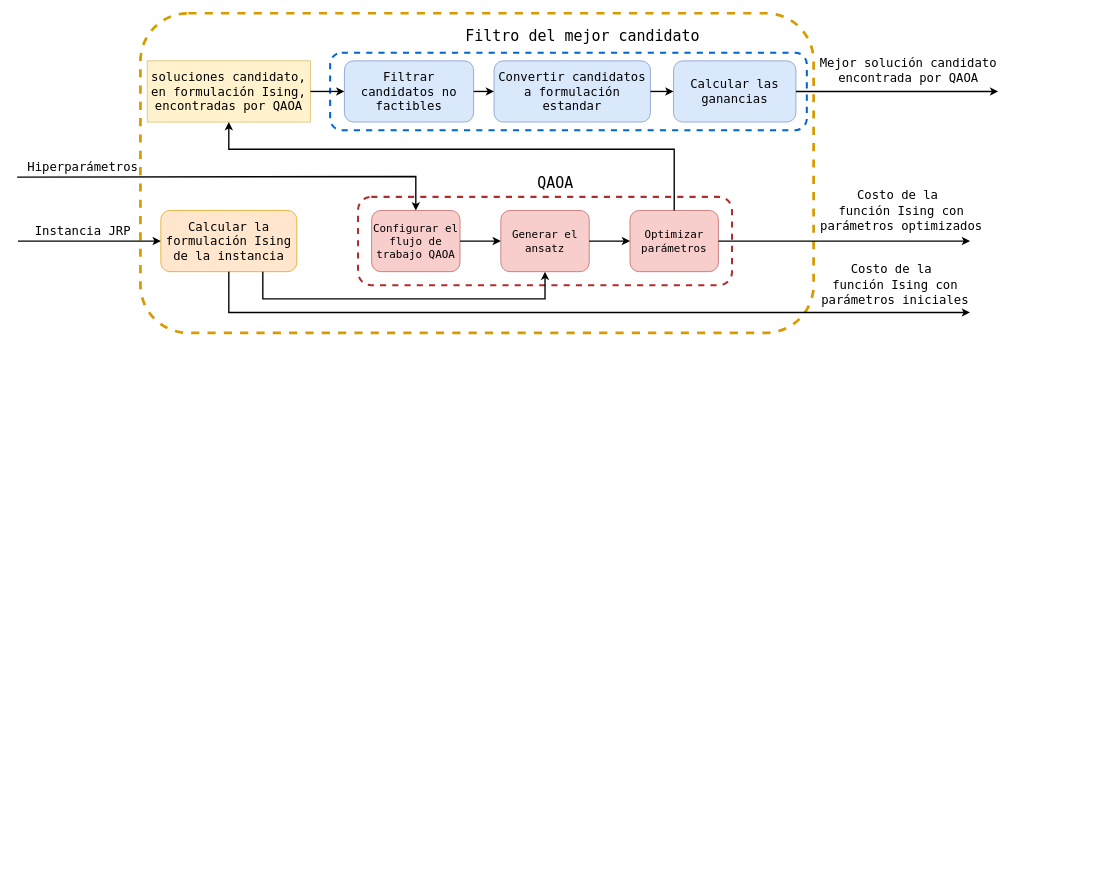
AdrianoLusso/QuantumComputing_for_JobReassignmentProblem keeps this draw.io diagram as page "solucionadorQAOA" (8 of 15) of experiment_testQAOASolver/design/experiment_design.drawio. Above is the earlier version. Source tidied: cells renumbered, new cells numbered last; positions are measured from the earlier drawing's top-left corner, leaving out a move shared by most shapes. Both pictures are drawn from the tidied source at 68%, with x=0, y=0 at pixel (18, 13).
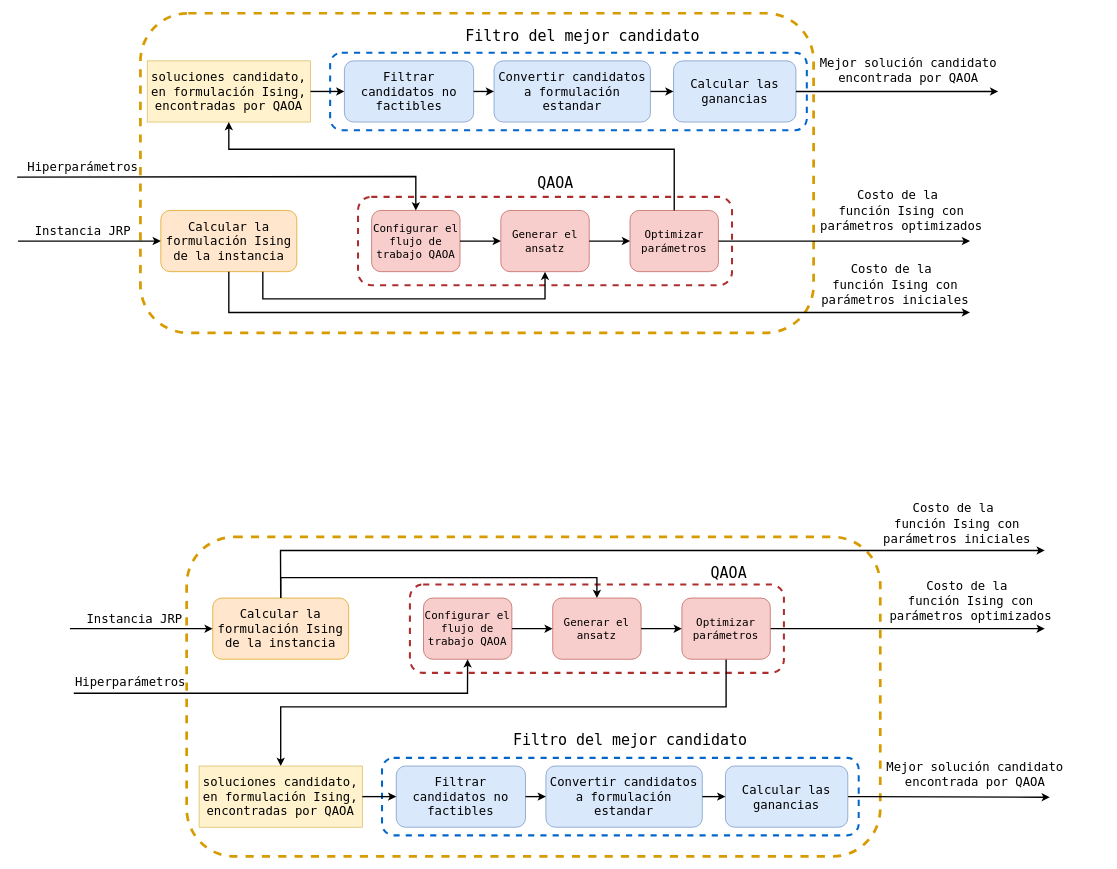
Above is the later version.

The edit, as a diff of the source:
```diff
@@
+    <mxCell id="32" style="rounded=1;whiteSpace=wrap;html=1;fillColor=none;strokeColor=#d79b00;dashed=1;strokeWidth=4;" parent="1" vertex="1">
+      <mxGeometry x="248" y="770" width="1020" height="470" as="geometry" />
+    </mxCell>
+    <mxCell id="33" style="rounded=1;whiteSpace=wrap;html=1;fillColor=none;strokeColor=#ae2d2d;dashed=1;strokeWidth=3;" parent="1" vertex="1">
+      <mxGeometry x="576.3" y="840" width="550" height="130" as="geometry" />
+    </mxCell>
+    <mxCell id="34" style="edgeStyle=orthogonalEdgeStyle;rounded=0;jettySize=auto;html=1;entryX=0.5;entryY=0;entryDx=0;entryDy=0;strokeWidth=2;" parent="1" edge="1" source="35" target="37">
+      <mxGeometry relative="1" as="geometry">
+        <Array as="points">
+          <mxPoint x="386" y="830" />
+          <mxPoint x="851" y="830" />
+        </Array>
+      </mxGeometry>
+    </mxCell>
+    <mxCell id="35" value="&lt;font style=&quot;font-size: 18px;&quot; face=&quot;Lucida Console&quot;&gt;Calcular la formulación Ising de la instancia&lt;/font&gt;" style="rounded=1;whiteSpace=wrap;html=1;fillColor=#ffe6cc;strokeColor=#d79b00;" parent="1" vertex="1">
+      <mxGeometry x="286.3" y="860" width="200" height="90" as="geometry" />
+    </mxCell>
+    <mxCell id="36" value="&lt;font style=&quot;font-size: 16px;&quot; face=&quot;Lucida Console&quot;&gt;Configurar el flujo de trabajo QAOA&lt;/font&gt;" style="rounded=1;whiteSpace=wrap;html=1;fillColor=#f8cecc;strokeColor=#b85450;" parent="1" vertex="1">
+      <mxGeometry x="596.3" y="860" width="130" height="90" as="geometry" />
+    </mxCell>
+    <mxCell id="37" value="&lt;font face=&quot;Lucida Console&quot; style=&quot;font-size: 16px;&quot;&gt;Generar el ansatz&lt;/font&gt;" style="rounded=1;whiteSpace=wrap;html=1;fillColor=#f8cecc;strokeColor=#b85450;" parent="1" vertex="1">
+      <mxGeometry x="786.3" y="860" width="130" height="90" as="geometry" />
+    </mxCell>
+    <mxCell id="38" style="endArrow=classic;html=1;rounded=0;entryX=0;entryY=0.5;entryDx=0;entryDy=0;strokeWidth=2;" parent="1" edge="1" source="36" target="37">
+      <mxGeometry relative="1" as="geometry" />
+    </mxCell>
+    <mxCell id="39" style="endArrow=classic;html=1;rounded=0;entryX=0;entryY=0.5;entryDx=0;entryDy=0;strokeWidth=2;" parent="1" edge="1" target="35">
+      <mxGeometry relative="1" as="geometry">
+        <mxPoint x="76.3" y="905" as="sourcePoint" />
+      </mxGeometry>
+    </mxCell>
+    <mxCell id="40" value="&lt;font face=&quot;Lucida Console&quot; style=&quot;font-size: 18px;&quot;&gt;Instancia JRP&lt;/font&gt;" style="text;html=1;align=center;verticalAlign=middle;strokeColor=none;fillColor=none;" parent="1" vertex="1">
+      <mxGeometry x="91.3" y="870" width="160" height="40" as="geometry" />
+    </mxCell>
+    <mxCell id="41" style="endArrow=classic;html=1;rounded=0;strokeWidth=2;" parent="1" edge="1" target="36">
+      <mxGeometry relative="1" as="geometry">
+        <mxPoint x="82" y="1000" as="sourcePoint" />
+        <Array as="points">
+          <mxPoint x="661" y="1000" />
+        </Array>
+      </mxGeometry>
+    </mxCell>
+    <mxCell id="42" value="&lt;font face=&quot;Lucida Console&quot; style=&quot;font-size: 18px;&quot;&gt;Hiperparámetros&lt;/font&gt;" style="text;html=1;align=center;verticalAlign=middle;strokeColor=none;fillColor=none;" parent="1" vertex="1">
+      <mxGeometry x="70.3" y="963" width="190" height="40" as="geometry" />
+    </mxCell>
+    <mxCell id="43" style="edgeStyle=orthogonalEdgeStyle;rounded=0;jettySize=auto;html=1;strokeWidth=2;" parent="1" edge="1" source="45">
+      <mxGeometry relative="1" as="geometry">
+        <mxPoint x="1510" y="905" as="targetPoint" />
+      </mxGeometry>
+    </mxCell>
+    <mxCell id="44" style="edgeStyle=orthogonalEdgeStyle;rounded=0;jettySize=auto;html=1;entryX=0.5;entryY=0;entryDx=0;entryDy=0;strokeWidth=2;" parent="1" edge="1" source="45" target="52">
+      <mxGeometry relative="1" as="geometry">
+        <Array as="points">
+          <mxPoint x="1041" y="1020" />
+          <mxPoint x="386" y="1020" />
+        </Array>
+      </mxGeometry>
+    </mxCell>
+    <mxCell id="45" value="&lt;font style=&quot;font-size: 16px;&quot; face=&quot;Lucida Console&quot;&gt;Optimizar parámetros&lt;/font&gt;" style="rounded=1;whiteSpace=wrap;html=1;fillColor=#f8cecc;strokeColor=#b85450;" parent="1" vertex="1">
+      <mxGeometry x="976.3" y="860" width="130" height="90" as="geometry" />
+    </mxCell>
+    <mxCell id="46" style="endArrow=classic;html=1;rounded=0;strokeWidth=2;" parent="1" edge="1" source="37" target="45">
+      <mxGeometry relative="1" as="geometry" />
+    </mxCell>
+    <mxCell id="47" value="&lt;font face=&quot;Lucida Console&quot;&gt;&lt;span style=&quot;font-size: 22px;&quot;&gt;QAOA&lt;/span&gt;&lt;/font&gt;" style="text;html=1;align=center;verticalAlign=middle;strokeColor=none;fillColor=none;" parent="1" vertex="1">
+      <mxGeometry x="1005.3" y="804" width="80" height="40" as="geometry" />
+    </mxCell>
+    <mxCell id="48" style="endArrow=classic;html=1;rounded=0;exitX=0.5;exitY=0;exitDx=0;exitDy=0;strokeWidth=2;" parent="1" edge="1" source="35">
+      <mxGeometry relative="1" as="geometry">
+        <mxPoint x="1510" y="790" as="targetPoint" />
+        <Array as="points">
+          <mxPoint x="386" y="790" />
+        </Array>
+      </mxGeometry>
+    </mxCell>
+    <mxCell id="49" value="&lt;div&gt;&lt;span style=&quot;background-color: transparent; font-size: 18px;&quot;&gt;&lt;font face=&quot;Lucida Console&quot;&gt;Costo de la&amp;nbsp;&lt;/font&gt;&lt;/span&gt;&lt;/div&gt;&lt;div&gt;&lt;span style=&quot;background-color: transparent; font-size: 18px;&quot;&gt;&lt;font face=&quot;Lucida Console&quot;&gt;función Ising con&lt;/font&gt;&lt;/span&gt;&lt;/div&gt;&lt;div&gt;&lt;span style=&quot;background-color: transparent; font-size: 18px;&quot;&gt;&lt;font face=&quot;Lucida Console&quot;&gt;parámetros iniciales&lt;/font&gt;&lt;/span&gt;&lt;/div&gt;" style="text;whiteSpace=wrap;html=1;align=center;" parent="1" vertex="1">
+      <mxGeometry x="1241.3" y="710" width="280" height="50" as="geometry" />
+    </mxCell>
+    <mxCell id="50" value="&lt;div style=&quot;text-align: center;&quot;&gt;&lt;span style=&quot;background-color: transparent; font-size: 18px;&quot;&gt;&lt;font face=&quot;Lucida Console&quot;&gt;Costo de la&amp;nbsp;&lt;/font&gt;&lt;/span&gt;&lt;/div&gt;&lt;div style=&quot;text-align: center;&quot;&gt;&lt;span style=&quot;background-color: transparent; font-size: 18px;&quot;&gt;&lt;font face=&quot;Lucida Console&quot;&gt;función Ising con&lt;/font&gt;&lt;/span&gt;&lt;/div&gt;&lt;div style=&quot;text-align: center;&quot;&gt;&lt;span style=&quot;background-color: transparent; font-size: 18px;&quot;&gt;&lt;font face=&quot;Lucida Console&quot;&gt;parámetros optimizados&lt;/font&gt;&lt;/span&gt;&lt;/div&gt;" style="text;whiteSpace=wrap;html=1;" parent="1" vertex="1">
+      <mxGeometry x="1280" y="824" width="253.7" height="50" as="geometry" />
+    </mxCell>
+    <mxCell id="51" style="rounded=1;whiteSpace=wrap;html=1;strokeWidth=3;fillColor=none;strokeColor=#0066CC;dashed=1;" parent="1" vertex="1">
+      <mxGeometry x="535.3" y="1095" width="701" height="114" as="geometry" />
+    </mxCell>
+    <mxCell id="52" value="&lt;span style=&quot;font-family: &amp;quot;Lucida Console&amp;quot;; font-size: 18px;&quot;&gt;soluciones candidato, en formulación Ising, encontradas por QAOA&lt;/span&gt;" style="rounded=0;whiteSpace=wrap;html=1;fillColor=#fff2cc;strokeColor=#d6b656;" parent="1" vertex="1">
+      <mxGeometry x="266.3" y="1107" width="240" height="90" as="geometry" />
+    </mxCell>
+    <mxCell id="53" value="&lt;font face=&quot;Lucida Console&quot;&gt;&lt;span style=&quot;font-size: 18px;&quot;&gt;Convertir candidatos a formulación estandar&lt;/span&gt;&lt;/font&gt;" style="rounded=1;whiteSpace=wrap;html=1;fillColor=#dae8fc;strokeColor=#6c8ebf;" parent="1" vertex="1">
+      <mxGeometry x="776.3" y="1107" width="230" height="90" as="geometry" />
+    </mxCell>
+    <mxCell id="54" style="edgeStyle=orthogonalEdgeStyle;rounded=0;jettySize=auto;html=1;strokeWidth=2;entryX=0.895;entryY=1.049;entryDx=0;entryDy=0;entryPerimeter=0;" parent="1" edge="1" source="55" target="61">
+      <mxGeometry relative="1" as="geometry" />
+    </mxCell>
+    <mxCell id="55" value="&lt;font face=&quot;Lucida Console&quot;&gt;&lt;span style=&quot;font-size: 18px;&quot;&gt;Calcular las ganancias&lt;/span&gt;&lt;/font&gt;" style="rounded=1;whiteSpace=wrap;html=1;fillColor=#dae8fc;strokeColor=#6c8ebf;" parent="1" vertex="1">
+      <mxGeometry x="1040.3" y="1107" width="180" height="90" as="geometry" />
+    </mxCell>
+    <mxCell id="56" style="endArrow=classic;html=1;rounded=0;entryX=0;entryY=0.5;entryDx=0;entryDy=0;strokeWidth=2;" parent="1" edge="1" source="53" target="55">
+      <mxGeometry relative="1" as="geometry" />
+    </mxCell>
+    <mxCell id="57" value="&lt;font face=&quot;Lucida Console&quot;&gt;&lt;span style=&quot;font-size: 18px;&quot;&gt;Filtrar candidatos no factibles&lt;/span&gt;&lt;/font&gt;" style="rounded=1;whiteSpace=wrap;html=1;fillColor=#dae8fc;strokeColor=#6c8ebf;" parent="1" vertex="1">
+      <mxGeometry x="556.3" y="1107" width="190" height="90" as="geometry" />
+    </mxCell>
+    <mxCell id="58" style="endArrow=classic;html=1;rounded=0;exitX=1;exitY=0.5;exitDx=0;exitDy=0;strokeWidth=2;" parent="1" edge="1" source="52" target="57">
+      <mxGeometry relative="1" as="geometry" />
+    </mxCell>
+    <mxCell id="59" style="endArrow=classic;html=1;rounded=0;strokeWidth=2;" parent="1" edge="1" source="57" target="53">
+      <mxGeometry relative="1" as="geometry" />
+    </mxCell>
+    <mxCell id="60" value="&lt;font face=&quot;Lucida Console&quot;&gt;&lt;span style=&quot;font-size: 22px;&quot;&gt;Filtro del mejor candidato&lt;/span&gt;&lt;/font&gt;" style="text;html=1;align=center;verticalAlign=middle;strokeColor=none;fillColor=none;" parent="1" vertex="1">
+      <mxGeometry x="715.3" y="1050" width="370" height="40" as="geometry" />
+    </mxCell>
+    <mxCell id="61" value="&lt;font face=&quot;Lucida Console&quot; style=&quot;font-size: 18px;&quot;&gt;Mejor solución candidato&lt;/font&gt;&lt;div style=&quot;font-size: 18px;&quot;&gt;&lt;font face=&quot;Lucida Console&quot; style=&quot;font-size: 18px;&quot;&gt;encontrada por QAOA&lt;/font&gt;&lt;/div&gt;" style="text;html=1;align=center;verticalAlign=middle;points=[];strokeColor=none;fillColor=none;" parent="1" vertex="1">
+      <mxGeometry x="1266.8" y="1090" width="280" height="60" as="geometry" />
+    </mxCell>
```
